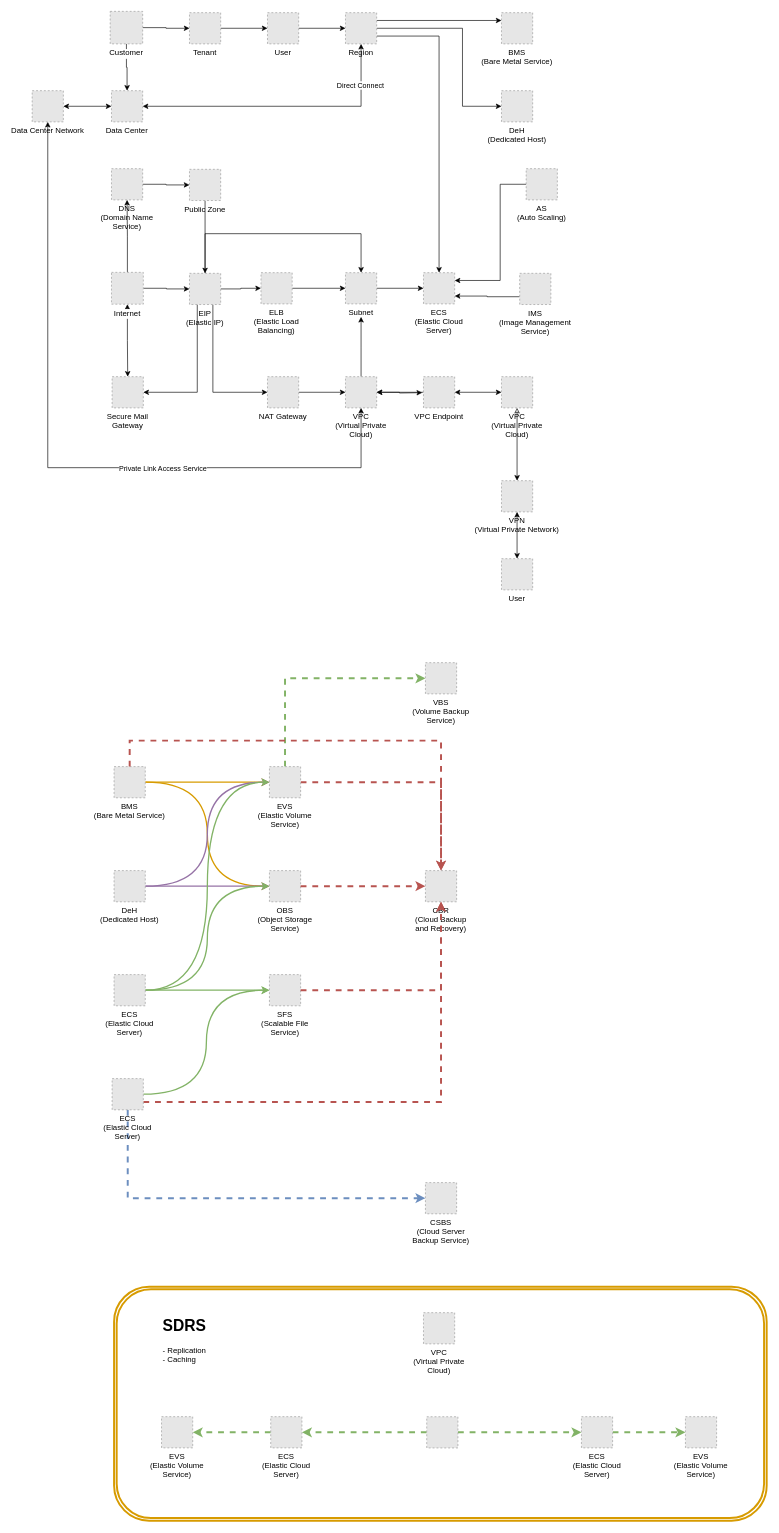
Before: Komponenten.drawio in themue/OTC, a draw.io diagram. Source tidied: cells renumbered, new cells numbered last; positions are measured from the earlier drawing's top-left corner, leaving out a move shared by most shapes. Both pictures are drawn from the tidied source at 65%, with x=0, y=0 at pixel (32, 11). Pictures stored in the file or linked from it are replaced by grey dashed boxes.
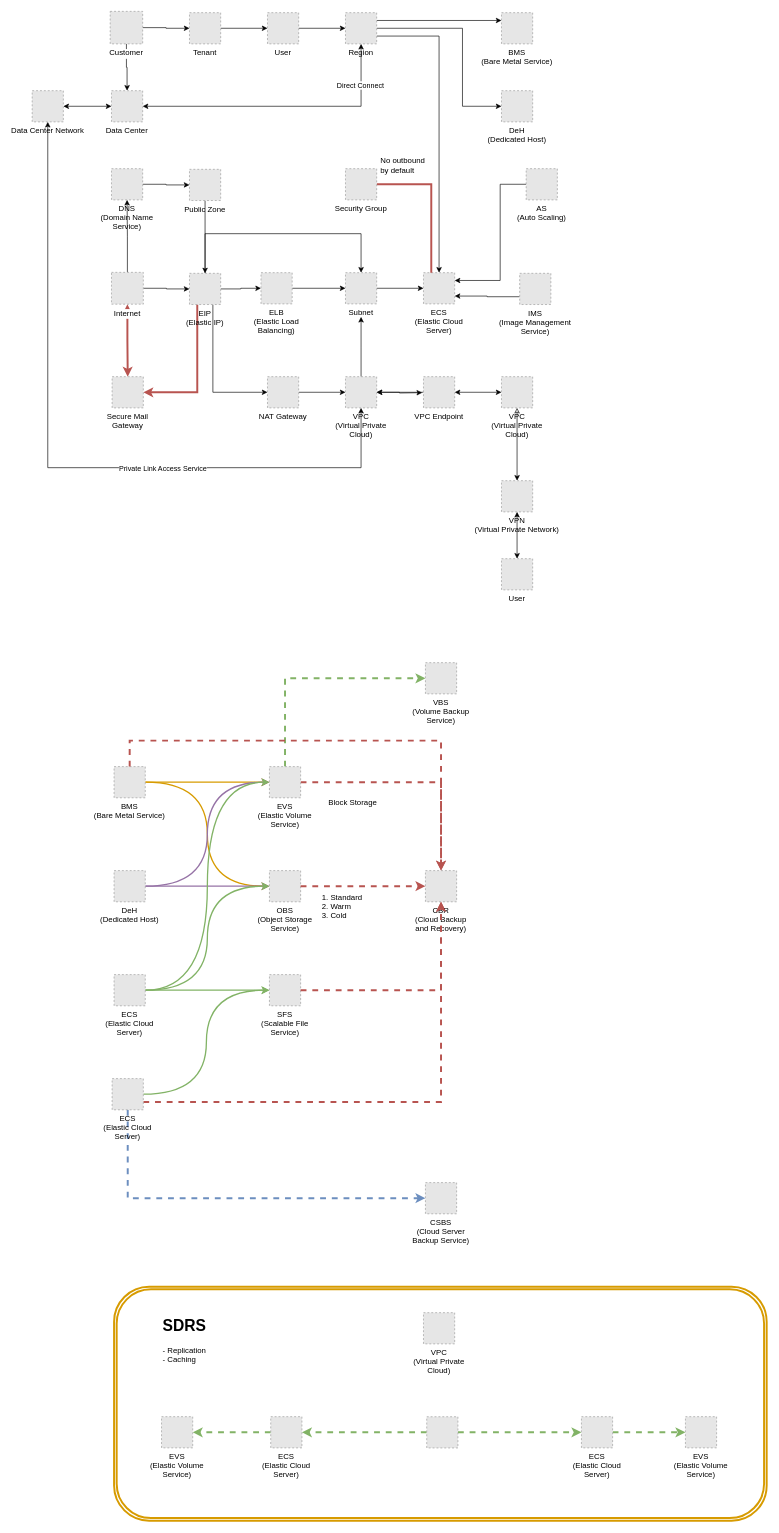
Above is the later version.

Commit message:
Bemerkungen eingefügt

Unchanged cells that the change refers to:
```xml
<mxCell id="5" value="Internet" style="fillColor=#E6E6E6;strokeColor=#999999;dashed=1;verticalLabelPosition=bottom;verticalAlign=top;labelBackgroundColor=#ffffff;" parent="1" vertex="1">
  <mxGeometry x="122" y="401.5" width="49" height="49" as="geometry" />
</mxCell>
<mxCell id="28" value="EIP&#10;(Elastic IP)" style="fillColor=#E6E6E6;strokeColor=#999999;dashed=1;verticalLabelPosition=bottom;verticalAlign=top;" parent="1" vertex="1">
  <mxGeometry x="242" y="403" width="48" height="48" as="geometry" />
</mxCell>
<mxCell id="36" value="ECS&#10;(Elastic Cloud&#10;Server)" style="fillColor=#E6E6E6;strokeColor=#999999;dashed=1;verticalLabelPosition=bottom;verticalAlign=top;" parent="1" vertex="1">
  <mxGeometry x="602" y="402" width="48" height="48" as="geometry" />
</mxCell>
<mxCell id="49" value="Secure Mail&#10;Gateway" style="fillColor=#E6E6E6;strokeColor=#999999;dashed=1;verticalLabelPosition=bottom;verticalAlign=top;" parent="1" vertex="1">
  <mxGeometry x="123" y="562" width="48" height="48" as="geometry" />
</mxCell>
```

What changed in the source:
```diff
@@
-    <mxCell id="4" style="edgeStyle=orthogonalEdgeStyle;rounded=0;jettySize=auto;html=1;exitX=0.5;exitY=1;exitDx=0;exitDy=0;entryX=0.5;entryY=0;entryDx=0;entryDy=0;startArrow=classic;startFill=1;" parent="1" edge="1" source="5" target="49">
+    <mxCell id="4" style="edgeStyle=orthogonalEdgeStyle;rounded=0;jettySize=auto;html=1;exitX=0.5;exitY=1;exitDx=0;exitDy=0;entryX=0.5;entryY=0;entryDx=0;entryDy=0;startArrow=classic;startFill=1;fillColor=#f8cecc;strokeColor=#b85450;strokeWidth=3;" parent="1" edge="1" source="5" target="49">
       <mxGeometry relative="1" as="geometry" />
     </mxCell>
@@
-    <mxCell id="27" style="edgeStyle=orthogonalEdgeStyle;rounded=0;jettySize=auto;html=1;exitX=0.25;exitY=1;exitDx=0;exitDy=0;entryX=1;entryY=0.5;entryDx=0;entryDy=0;" parent="1" edge="1" source="28" target="49">
+    <mxCell id="27" style="edgeStyle=orthogonalEdgeStyle;rounded=0;jettySize=auto;html=1;exitX=0.25;exitY=1;exitDx=0;exitDy=0;entryX=1;entryY=0.5;entryDx=0;entryDy=0;strokeWidth=3;fillColor=#f8cecc;strokeColor=#b85450;" parent="1" edge="1" source="28" target="49">
       <mxGeometry relative="1" as="geometry" />
     </mxCell>
@@
+    <mxCell id="96" value="1. Standard&lt;div&gt;2. Warm&lt;br&gt;&lt;div&gt;3. Cold&lt;/div&gt;&lt;/div&gt;" style="text;strokeColor=none;fillColor=none;align=left;verticalAlign=middle;spacingLeft=4;spacingRight=4;overflow=hidden;whiteSpace=wrap;html=1;" parent="1" vertex="1">
+      <mxGeometry x="440" y="1352" width="120" height="50" as="geometry" />
+    </mxCell>
+    <mxCell id="97" value="Block Storage" style="text;strokeColor=none;fillColor=none;align=left;verticalAlign=middle;spacingLeft=4;spacingRight=4;overflow=hidden;whiteSpace=wrap;html=1;" parent="1" vertex="1">
+      <mxGeometry x="450" y="1192" width="110" height="50" as="geometry" />
+    </mxCell>
+    <mxCell id="98" style="edgeStyle=orthogonalEdgeStyle;rounded=0;jettySize=auto;html=1;exitX=1;exitY=0.5;exitDx=0;exitDy=0;entryX=0.25;entryY=0;entryDx=0;entryDy=0;strokeWidth=3;fillColor=#f8cecc;strokeColor=#b85450;endArrow=none;endFill=0;" parent="1" edge="1" source="99" target="36">
+      <mxGeometry relative="1" as="geometry" />
+    </mxCell>
+    <mxCell id="99" value="Security Group" style="fillColor=#E6E6E6;strokeColor=#999999;dashed=1;verticalLabelPosition=bottom;verticalAlign=top;" parent="1" vertex="1">
+      <mxGeometry x="482" y="242" width="48" height="48" as="geometry" />
+    </mxCell>
+    <mxCell id="100" value="No outbound&lt;div&gt;by default&lt;/div&gt;" style="text;strokeColor=none;fillColor=none;align=left;verticalAlign=middle;spacingLeft=4;spacingRight=4;overflow=hidden;whiteSpace=wrap;html=1;" parent="1" vertex="1">
+      <mxGeometry x="530" y="212" width="80" height="50" as="geometry" />
+    </mxCell>
```
